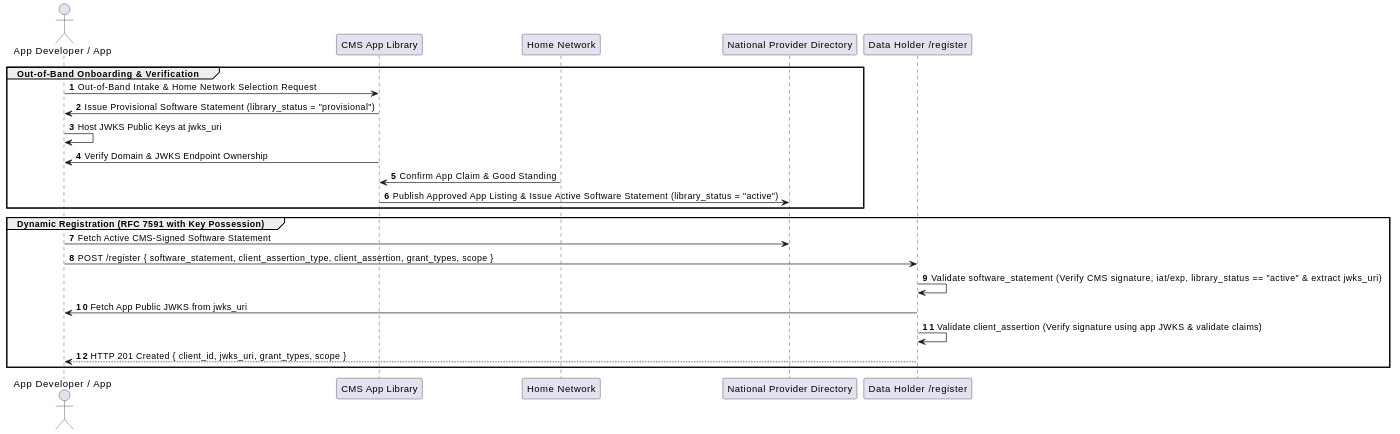
Earlier version of the PlantUML export input/images/registration.svg (alex-dzeda/can-ig).
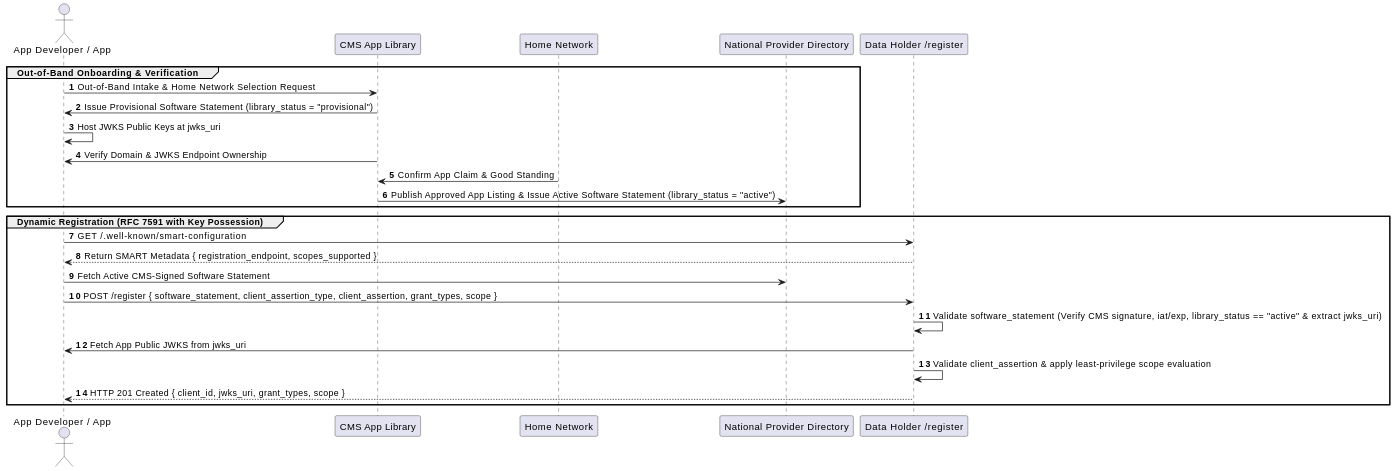
The same diagram one commit later.

Diff of the diagram source:
```diff
@@ -17,11 +17,13 @@
 end
 
 group Dynamic Registration (RFC 7591 with Key Possession)
+App -> DH: GET /.well-known/smart-configuration
+DH --> App: Return SMART Metadata { registration_endpoint, scopes_supported }
 App -> Directory: Fetch Active CMS-Signed Software Statement
 App -> DH: POST /register { software_statement, client_assertion_type, client_assertion, grant_types, scope }
 DH -> DH: Validate software_statement (Verify CMS signature, iat/exp, library_status == "active" & extract jwks_uri)
 DH -> App: Fetch App Public JWKS from jwks_uri
-DH -> DH: Validate client_assertion (Verify signature using app JWKS & validate claims)
+DH -> DH: Validate client_assertion & apply least-privilege scope evaluation
 DH --> App: HTTP 201 Created { client_id, jwks_uri, grant_types, scope }
 end
 @enduml
```
